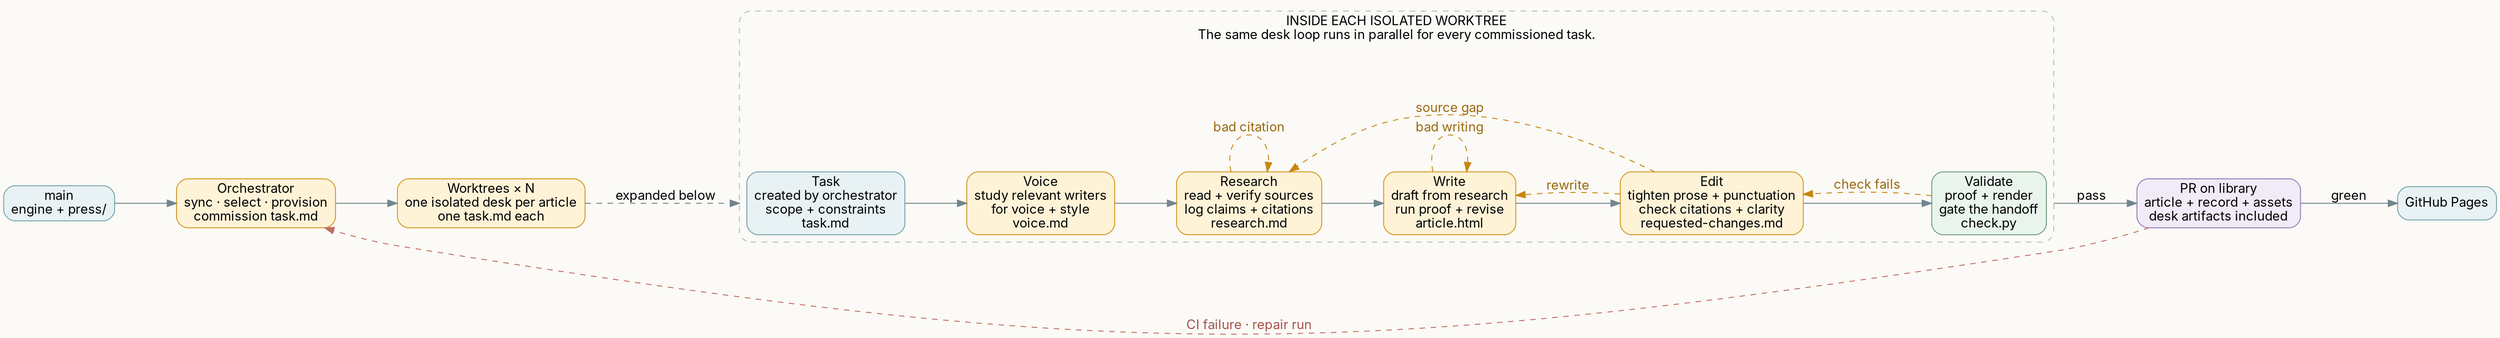
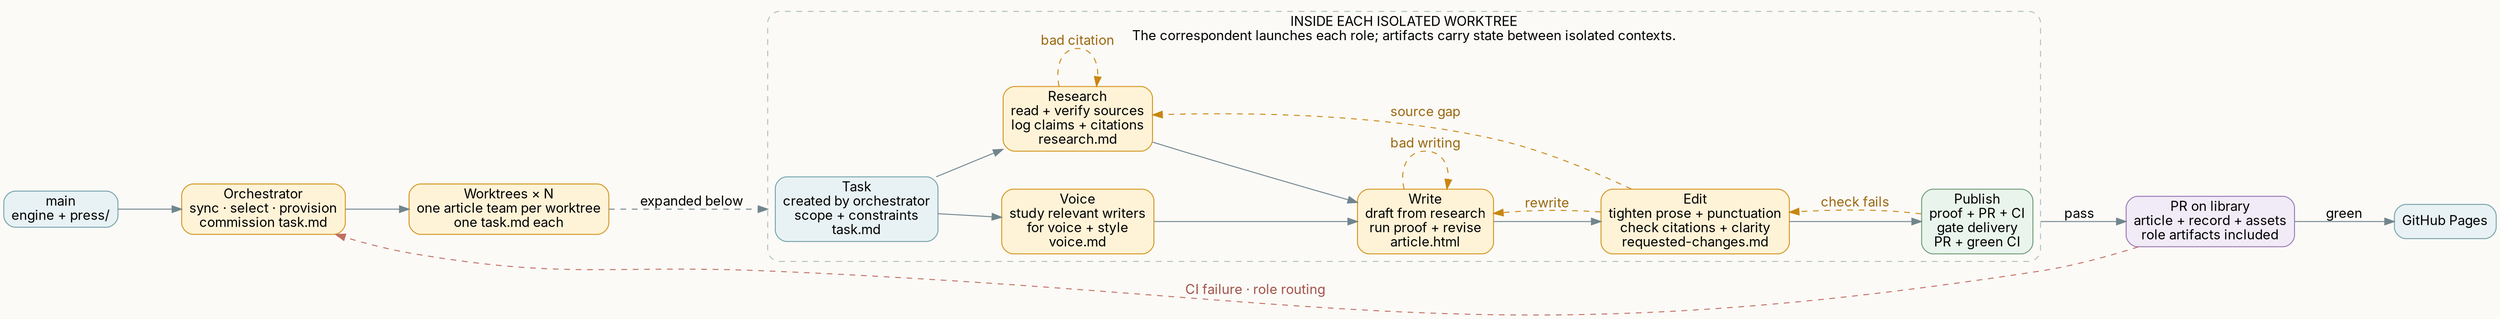
// Editable graph specification for architecture.svg.
// The checked-in SVG keeps fixed coordinates so its routes stay legible in the README.
digraph nightly_build {
  graph [
    bgcolor="#fbfaf7"
    compound=true
    fontname="Inter"
    nodesep=0.55
    rankdir=LR
    ranksep=0.9
    splines=spline
  ]
  node [
    color="#d49620"
    fillcolor="#fff3d7"
    fontname="Inter"
    shape=box
    style="filled,rounded"
  ]
  edge [color="#71858d" fontname="Inter"]

  main [color="#76a3ab" fillcolor="#e8f2f4" label="main\nengine + press/"]
  orchestrator [label="Orchestrator\nsync · select · provision\ncommission task.md"]
-   worktrees [label="Worktrees × N\none isolated desk per article\none task.md each"]
-   pull_request [color="#9a7ab6" fillcolor="#f1ebf7" label="PR on library\narticle + record + assets\ndesk artifacts included"]
+   worktrees [label="Worktrees × N\none article team per worktree\none task.md each"]
+   pull_request [color="#9a7ab6" fillcolor="#f1ebf7" label="PR on library\narticle + record + assets\nrole artifacts included"]
  pages [color="#76a3ab" fillcolor="#e8f2f4" label="GitHub Pages"]

  main -> orchestrator
  orchestrator -> worktrees
  pull_request -> pages [label="green"]
  pull_request -> orchestrator [
    color="#c16e61"
    constraint=false
    fontcolor="#a35349"
-     label="CI failure · repair run"
+     label="CI failure · role routing"
    style=dashed
  ]

  subgraph cluster_worktree {
    color="#afbfbd"
    fontname="Inter"
-     label="INSIDE EACH ISOLATED WORKTREE\nThe same desk loop runs in parallel for every commissioned task."
+     label="INSIDE EACH ISOLATED WORKTREE\nThe correspondent launches each role; artifacts carry state between isolated contexts."
    style="dashed,rounded"

    task [color="#76a3ab" fillcolor="#e8f2f4" label="Task\ncreated by orchestrator\nscope + constraints\ntask.md"]
    voice [label="Voice\nstudy relevant writers\nfor voice + style\nvoice.md"]
    research [label="Research\nread + verify sources\nlog claims + citations\nresearch.md"]
    write [label="Write\ndraft from research\nrun proof + revise\narticle.html"]
    edit [label="Edit\ntighten prose + punctuation\ncheck citations + clarity\nrequested-changes.md"]
-     validate [color="#6f9a78" fillcolor="#e9f5ec" label="Validate\nproof + render\ngate the handoff\ncheck.py"]
+     publish [color="#6f9a78" fillcolor="#e9f5ec" label="Publish\nproof + PR + CI\ngate delivery\nPR + green CI"]

-     task -> voice -> research -> write -> edit -> validate
+     task -> voice
+     task -> research
+     voice -> write
+     research -> write -> edit -> publish
    research -> research [color="#c98612" fontcolor="#9a680f" label="bad citation" style=dashed]
    write -> write [color="#c98612" fontcolor="#9a680f" label="bad writing" style=dashed]
    edit -> research [color="#c98612" constraint=false fontcolor="#9a680f" label="source gap" style=dashed]
    edit -> write [color="#c98612" constraint=false fontcolor="#9a680f" label="rewrite" style=dashed]
-     validate -> edit [color="#c98612" constraint=false fontcolor="#9a680f" label="check fails" style=dashed]
+     publish -> edit [color="#c98612" constraint=false fontcolor="#9a680f" label="check fails" style=dashed]
  }

  worktrees -> task [lhead=cluster_worktree label="expanded below" style=dashed]
-   validate -> pull_request [ltail=cluster_worktree label="pass"]
+   publish -> pull_request [ltail=cluster_worktree label="pass"]
}
